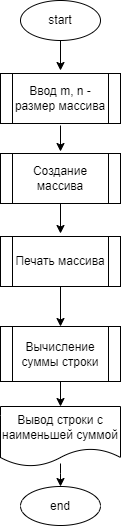
Earlier version of the draw.io export HW7/Ex47/diagram.drawio.png (SboevaTatiana/HW_1). Source tidied: cells renumbered, new cells last; positions are measured from the earlier drawing's top-left corner, leaving out a move shared by most shapes.
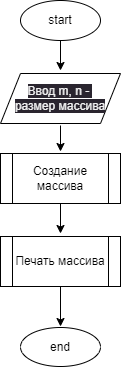
After the change.

Change to the diagram source:
```diff
@@ -16,29 +16,9 @@
         <mxPoint x="60" y="151" as="targetPoint" />
       </mxGeometry>
     </mxCell>
-    <mxCell id="5" style="edgeStyle=orthogonalEdgeStyle;rounded=0;jettySize=auto;html=1;" parent="1" edge="1" target="6">
-      <mxGeometry relative="1" as="geometry">
-        <mxPoint x="60" y="463" as="sourcePoint" />
-        <Array as="points">
-          <mxPoint x="60" y="473" />
-          <mxPoint x="60" y="473" />
-        </Array>
-      </mxGeometry>
-    </mxCell>
     <mxCell id="6" value="end" style="ellipse;whiteSpace=wrap;html=1;" parent="1" vertex="1">
-      <mxGeometry x="20" y="486" width="80" height="39" as="geometry" />
+      <mxGeometry x="20" y="327" width="80" height="39" as="geometry" />
     </mxCell>
-    <mxCell id="7" style="edgeStyle=none;html=1;" parent="1" edge="1" source="8">
-      <mxGeometry relative="1" as="geometry">
-        <mxPoint x="60" y="406" as="targetPoint" />
-      </mxGeometry>
-    </mxCell>
-    <mxCell id="8" value="Вычисление суммы строки" style="shape=process;whiteSpace=wrap;html=1;backgroundOutline=1;" parent="1" vertex="1">
-      <mxGeometry y="326" width="120" height="55" as="geometry" />
-    </mxCell>
-    <mxCell id="9" value="Ввод m, n - размер массива" style="shape=process;whiteSpace=wrap;html=1;backgroundOutline=1;" parent="1" vertex="1">
-      <mxGeometry y="73" width="120" height="50" as="geometry" />
-    </mxCell>
     <mxCell id="10" style="edgeStyle=none;html=1;" parent="1" edge="1" source="11">
       <mxGeometry relative="1" as="geometry">
         <mxPoint x="60" y="233" as="targetPoint" />
@@ -47,14 +27,16 @@
     <mxCell id="11" value="Создание массива" style="shape=process;whiteSpace=wrap;html=1;backgroundOutline=1;" parent="1" vertex="1">
       <mxGeometry y="153" width="120" height="50" as="geometry" />
     </mxCell>
-    <mxCell id="12" style="edgeStyle=none;html=1;" parent="1" edge="1" source="13" target="8">
-      <mxGeometry relative="1" as="geometry" />
+    <mxCell id="12" style="edgeStyle=none;html=1;" parent="1" edge="1" source="13">
+      <mxGeometry relative="1" as="geometry">
+        <mxPoint x="60" y="326" as="targetPoint" />
+      </mxGeometry>
     </mxCell>
     <mxCell id="13" value="Печать массива" style="shape=process;whiteSpace=wrap;html=1;backgroundOutline=1;" parent="1" vertex="1">
       <mxGeometry y="236" width="120" height="50" as="geometry" />
     </mxCell>
-    <mxCell id="14" value="Вывод строки с наименьшей суммой" style="shape=document;whiteSpace=wrap;html=1;boundedLbl=1;" parent="1" vertex="1">
-      <mxGeometry y="406" width="120" height="60" as="geometry" />
-    </mxCell>
+    <mxCell id="9" value="&lt;span style=&quot;color: rgb(240, 240, 240); font-family: Helvetica; font-size: 12px; font-style: normal; font-variant-ligatures: normal; font-variant-caps: normal; font-weight: 400; letter-spacing: normal; orphans: 2; text-align: center; text-indent: 0px; text-transform: none; widows: 2; word-spacing: 0px; -webkit-text-stroke-width: 0px; background-color: rgb(42, 37, 47); text-decoration-thickness: initial; text-decoration-style: initial; text-decoration-color: initial; float: none; display: inline !important;&quot;&gt;Ввод m, n - &lt;br&gt;размер массива&lt;/span&gt;" style="shape=parallelogram;perimeter=parallelogramPerimeter;whiteSpace=wrap;html=1;fixedSize=1;" parent="1" vertex="1">
+      <mxGeometry y="73" width="120" height="50" as="geometry" />
+    </mxCell>
   </root>
 </mxGraphModel>
```
